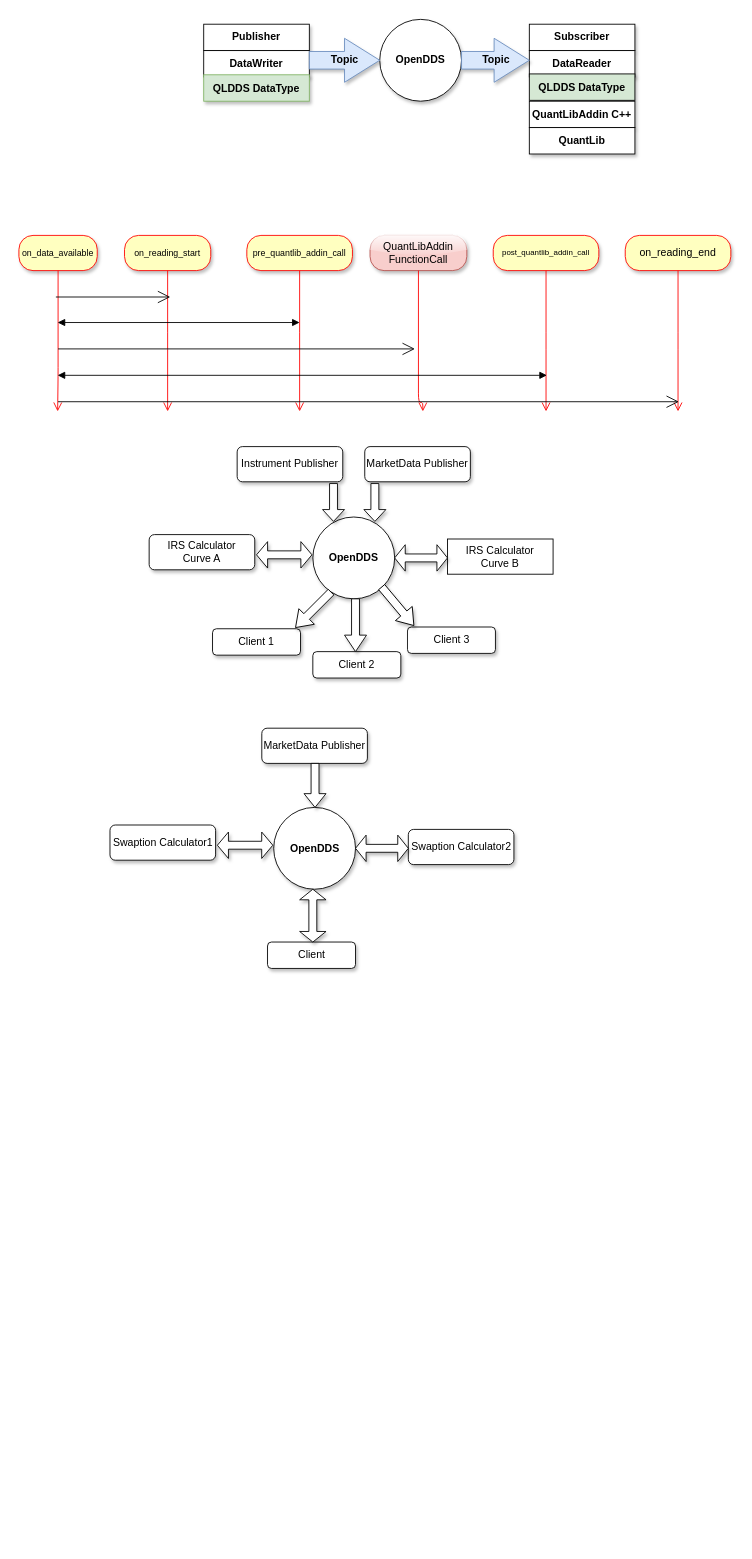
mkipnis/qldds keeps this draw.io diagram as misc/overview.drawio. Above is the earlier version. Source tidied: cells renumbered, new cells numbered last; positions are measured from the earlier drawing's top-left corner, leaving out a move shared by most shapes. Both pictures are drawn from the tidied source at 88%, with x=0, y=0 at pixel (18, 18).
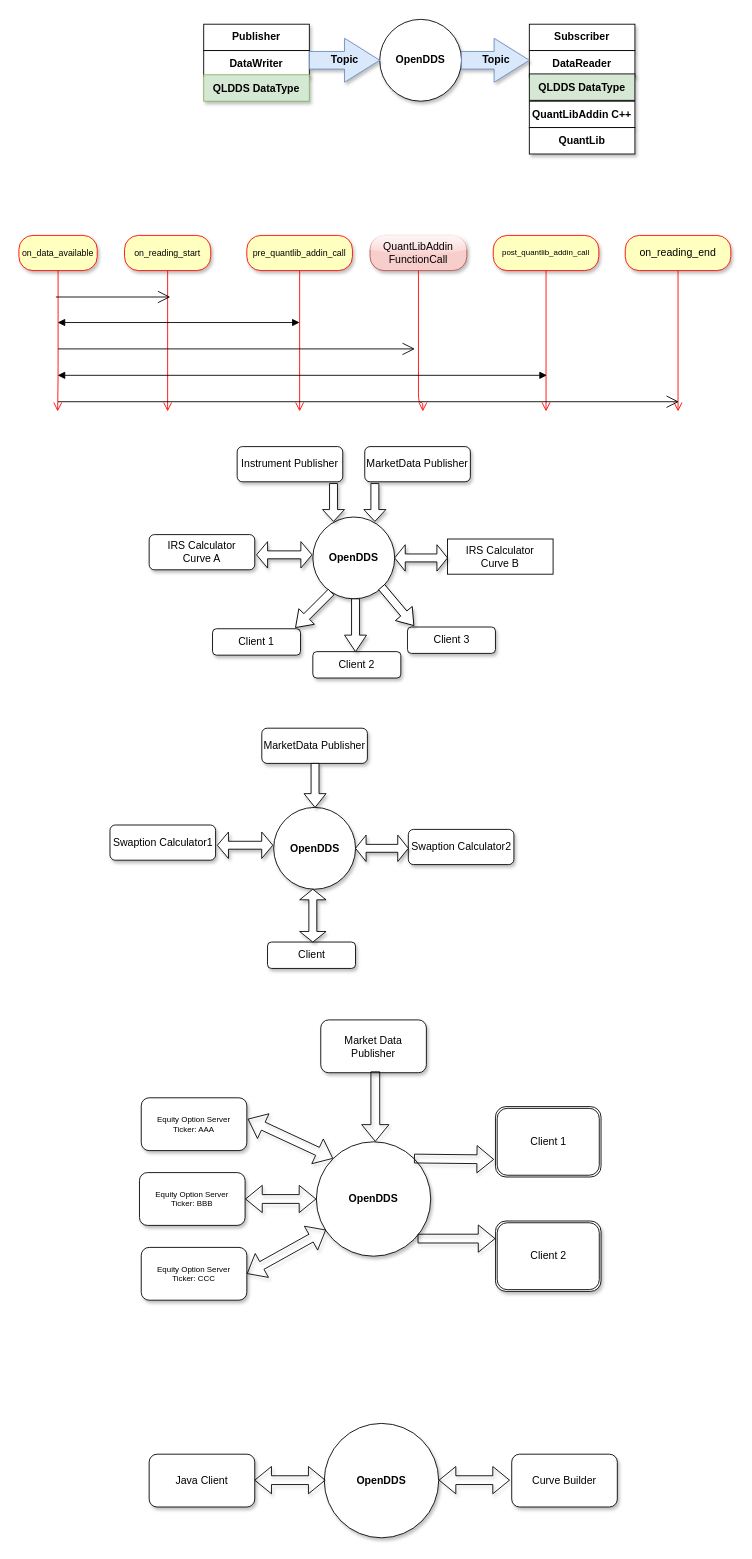
Above is the later version.

What changed in the source:
```diff
@@
+    <mxCell id="54" value="Equity Option Server&lt;br&gt;Ticker: AAA" style="rounded=1;whiteSpace=wrap;html=1;shadow=1;glass=0;comic=0;strokeColor=#000000;fontSize=9;" parent="1" vertex="1">
+      <mxGeometry x="139" y="1226" width="120" height="60" as="geometry" />
+    </mxCell>
+    <mxCell id="55" value="&lt;span style=&quot;white-space: normal&quot;&gt;Equity Option Server&lt;/span&gt;&lt;br style=&quot;white-space: normal&quot;&gt;&lt;span style=&quot;white-space: normal&quot;&gt;Ticker: BBB&lt;/span&gt;" style="rounded=1;whiteSpace=wrap;html=1;shadow=1;glass=0;comic=0;strokeColor=#000000;fontSize=9;" parent="1" vertex="1">
+      <mxGeometry x="137" y="1311" width="120" height="60" as="geometry" />
+    </mxCell>
+    <mxCell id="56" value="&lt;span style=&quot;white-space: normal&quot;&gt;Equity Option Server&lt;/span&gt;&lt;br style=&quot;white-space: normal&quot;&gt;&lt;span style=&quot;white-space: normal&quot;&gt;Ticker: CCC&lt;/span&gt;" style="rounded=1;whiteSpace=wrap;html=1;shadow=1;glass=0;comic=0;strokeColor=#000000;fontSize=9;" parent="1" vertex="1">
+      <mxGeometry x="139" y="1396" width="120" height="60" as="geometry" />
+    </mxCell>
+    <mxCell id="57" value="OpenDDS" style="ellipse;whiteSpace=wrap;html=1;fontStyle=1;shadow=1;" parent="1" vertex="1">
+      <mxGeometry x="338" y="1276" width="130" height="130" as="geometry" />
+    </mxCell>
+    <mxCell id="58" value="&lt;font style=&quot;font-size: 12px&quot;&gt;Market Data Publisher&lt;/font&gt;" style="rounded=1;whiteSpace=wrap;html=1;shadow=1;glass=0;comic=0;strokeColor=#000000;fontSize=9;" parent="1" vertex="1">
+      <mxGeometry x="343" y="1137.5" width="120" height="60" as="geometry" />
+    </mxCell>
+    <mxCell id="59" value="&lt;font style=&quot;font-size: 12px&quot;&gt;Client 1&lt;/font&gt;" style="shape=ext;double=1;rounded=1;whiteSpace=wrap;html=1;shadow=0;glass=0;comic=0;strokeColor=#000000;fontSize=9;strokeWidth=1;" parent="1" vertex="1">
+      <mxGeometry x="541.5" y="1236" width="120" height="80" as="geometry" />
+    </mxCell>
+    <mxCell id="60" value="&lt;font style=&quot;font-size: 12px&quot;&gt;Client 2&lt;/font&gt;" style="shape=ext;double=1;rounded=1;whiteSpace=wrap;html=1;shadow=1;glass=0;comic=0;strokeColor=#000000;fontSize=9;" parent="1" vertex="1">
+      <mxGeometry x="541.5" y="1366" width="120" height="80" as="geometry" />
+    </mxCell>
+    <mxCell id="61" style="shape=flexArrow;endArrow=classic;html=1;fontSize=9;exitX=1;exitY=0;exitDx=0;exitDy=0;shadow=1;" parent="1" edge="1" source="57">
+      <mxGeometry relative="1" as="geometry">
+        <mxPoint x="540" y="1296" as="targetPoint" />
+      </mxGeometry>
+    </mxCell>
+    <mxCell id="62" style="shape=flexArrow;endArrow=classic;html=1;fontSize=9;exitX=1;exitY=0;exitDx=0;exitDy=0;entryX=0;entryY=0.25;entryDx=0;entryDy=0;shadow=1;" parent="1" edge="1" target="60">
+      <mxGeometry relative="1" as="geometry">
+        <mxPoint x="453" y="1386" as="sourcePoint" />
+      </mxGeometry>
+    </mxCell>
+    <mxCell id="63" style="shape=flexArrow;endArrow=classic;html=1;fontSize=9;shadow=1;" parent="1" edge="1">
+      <mxGeometry relative="1" as="geometry">
+        <mxPoint x="405" y="1196" as="sourcePoint" />
+        <mxPoint x="405" y="1276" as="targetPoint" />
+      </mxGeometry>
+    </mxCell>
+    <mxCell id="64" style="shape=flexArrow;endArrow=classic;startArrow=classic;html=1;fontSize=9;exitX=1;exitY=0.5;exitDx=0;exitDy=0;shadow=1;" parent="1" edge="1" source="56">
+      <mxGeometry relative="1" as="geometry">
+        <mxPoint x="349" y="1376" as="targetPoint" />
+      </mxGeometry>
+    </mxCell>
+    <mxCell id="65" style="shape=flexArrow;endArrow=classic;startArrow=classic;html=1;fontSize=9;exitX=1;exitY=0.5;exitDx=0;exitDy=0;shadow=1;" parent="1" edge="1" source="55" target="57">
+      <mxGeometry relative="1" as="geometry" />
+    </mxCell>
+    <mxCell id="66" style="shape=flexArrow;endArrow=classic;startArrow=classic;html=1;fontSize=9;exitX=1.008;exitY=0.4;exitDx=0;exitDy=0;entryX=0;entryY=0;entryDx=0;entryDy=0;exitPerimeter=0;shadow=1;" parent="1" edge="1" source="54" target="57">
+      <mxGeometry relative="1" as="geometry" />
+    </mxCell>
+    <mxCell id="67" value="OpenDDS" style="ellipse;whiteSpace=wrap;html=1;fontStyle=1;shadow=1;" parent="1" vertex="1">
+      <mxGeometry x="347" y="1596" width="130" height="130" as="geometry" />
+    </mxCell>
+    <mxCell id="68" style="shape=flexArrow;endArrow=classic;startArrow=classic;html=1;fontSize=9;exitX=1;exitY=0.5;exitDx=0;exitDy=0;shadow=1;" parent="1" edge="1">
+      <mxGeometry relative="1" as="geometry">
+        <mxPoint x="267.5" y="1660.5" as="sourcePoint" />
+        <mxPoint x="348.5" y="1660.5" as="targetPoint" />
+      </mxGeometry>
+    </mxCell>
+    <mxCell id="69" style="shape=flexArrow;endArrow=classic;startArrow=classic;html=1;fontSize=9;exitX=1;exitY=0.5;exitDx=0;exitDy=0;shadow=1;" parent="1" edge="1">
+      <mxGeometry relative="1" as="geometry">
+        <mxPoint x="477" y="1660.5" as="sourcePoint" />
+        <mxPoint x="558" y="1660.5" as="targetPoint" />
+      </mxGeometry>
+    </mxCell>
+    <mxCell id="70" value="&lt;font style=&quot;font-size: 12px&quot;&gt;Java Client&lt;/font&gt;" style="rounded=1;whiteSpace=wrap;html=1;shadow=1;glass=0;comic=0;strokeColor=#000000;fontSize=9;" parent="1" vertex="1">
+      <mxGeometry x="148" y="1631" width="120" height="60" as="geometry" />
+    </mxCell>
+    <mxCell id="71" value="&lt;font style=&quot;font-size: 12px&quot;&gt;Curve Builder&lt;/font&gt;" style="rounded=1;whiteSpace=wrap;html=1;shadow=1;glass=0;comic=0;strokeColor=#000000;fontSize=9;" parent="1" vertex="1">
+      <mxGeometry x="560" y="1631" width="120" height="60" as="geometry" />
+    </mxCell>
```
